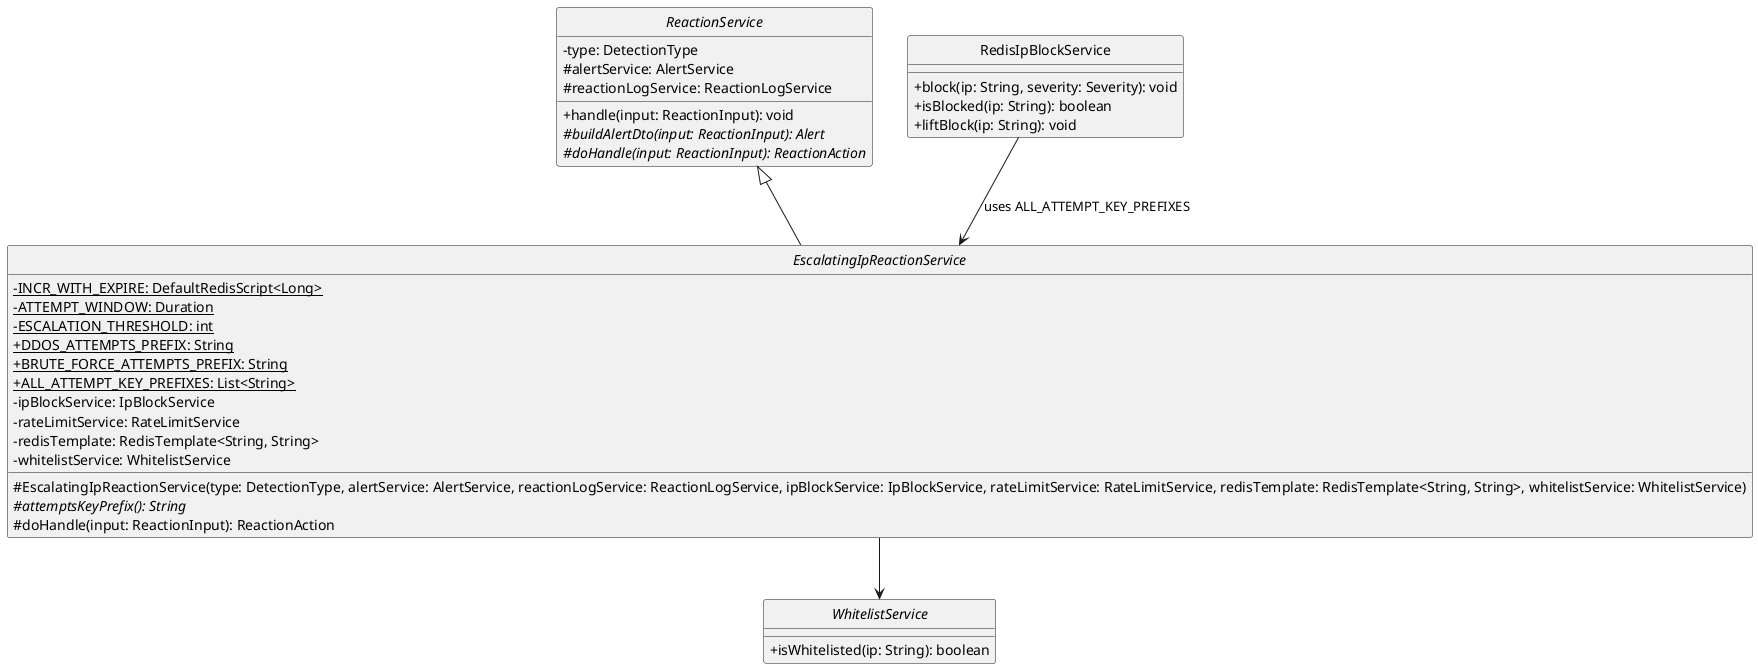
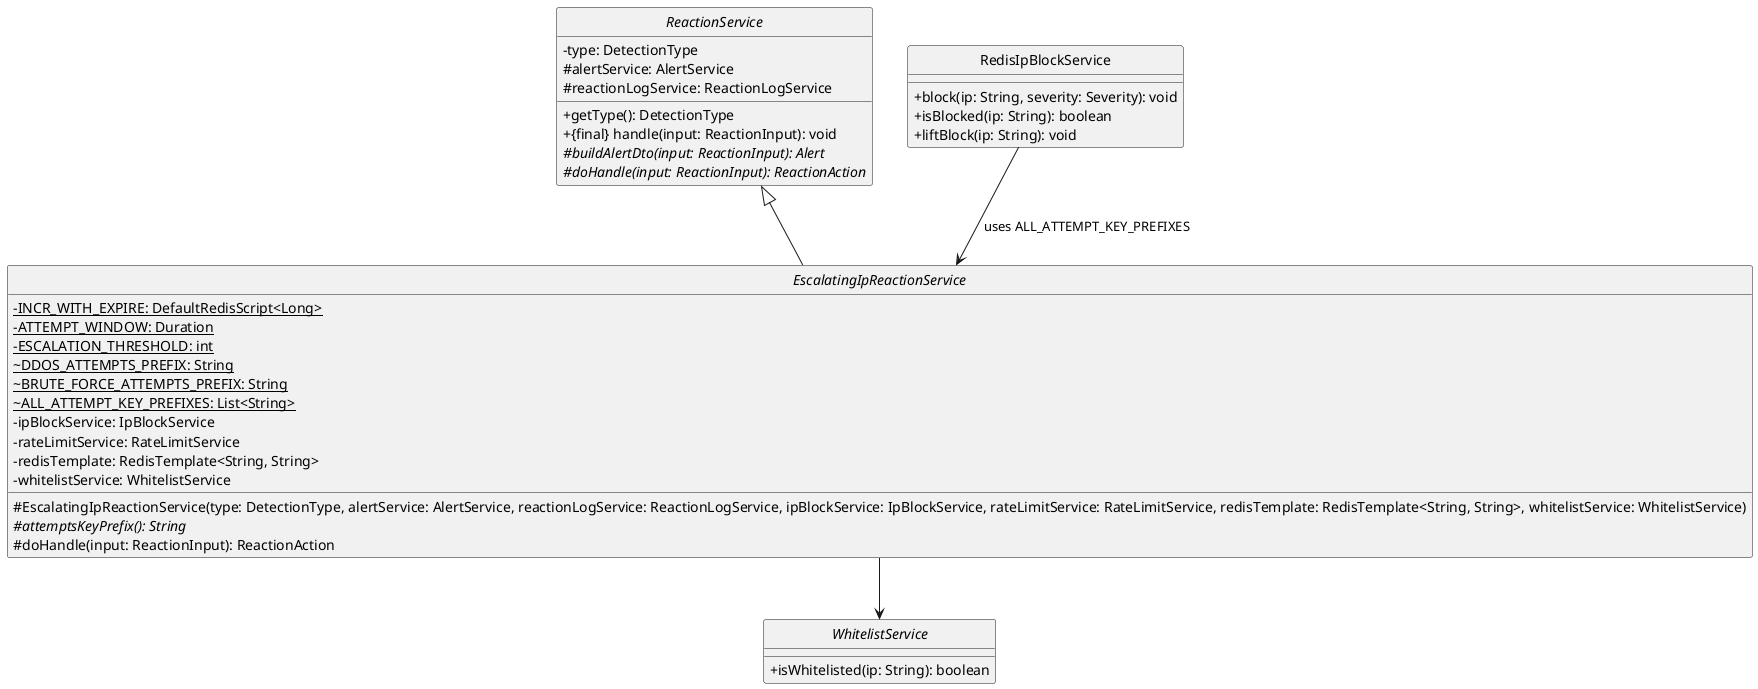
@startuml class-reaction-escalation
hide circle
skinparam classAttributeIconSize 0

abstract class ReactionService {
    - type: DetectionType
    # alertService: AlertService
    # reactionLogService: ReactionLogService

-     + handle(input: ReactionInput): void
+     + getType(): DetectionType
+     + {final} handle(input: ReactionInput): void
    # {abstract} buildAlertDto(input: ReactionInput): Alert
    # {abstract} doHandle(input: ReactionInput): ReactionAction
}

abstract class EscalatingIpReactionService {
    - {static} INCR_WITH_EXPIRE: DefaultRedisScript<Long>
    - {static} ATTEMPT_WINDOW: Duration
    - {static} ESCALATION_THRESHOLD: int
-     + {static} DDOS_ATTEMPTS_PREFIX: String
-     + {static} BRUTE_FORCE_ATTEMPTS_PREFIX: String
-     + {static} ALL_ATTEMPT_KEY_PREFIXES: List<String>
+     ~ {static} DDOS_ATTEMPTS_PREFIX: String
+     ~ {static} BRUTE_FORCE_ATTEMPTS_PREFIX: String
+     ~ {static} ALL_ATTEMPT_KEY_PREFIXES: List<String>
    - ipBlockService: IpBlockService
    - rateLimitService: RateLimitService
    - redisTemplate: RedisTemplate<String, String>
    - whitelistService: WhitelistService

    # EscalatingIpReactionService(type: DetectionType, alertService: AlertService, reactionLogService: ReactionLogService, ipBlockService: IpBlockService, rateLimitService: RateLimitService, redisTemplate: RedisTemplate<String, String>, whitelistService: WhitelistService)
    # {abstract} attemptsKeyPrefix(): String
    # doHandle(input: ReactionInput): ReactionAction
}

interface WhitelistService {
    + isWhitelisted(ip: String): boolean
}

class RedisIpBlockService {
    + block(ip: String, severity: Severity): void
    + isBlocked(ip: String): boolean
    + liftBlock(ip: String): void
}

ReactionService <|-- EscalatingIpReactionService
EscalatingIpReactionService --> WhitelistService
RedisIpBlockService --> EscalatingIpReactionService : uses ALL_ATTEMPT_KEY_PREFIXES

' Explanations:
' INCR_WITH_EXPIRE: Static Redis Lua script to increment attempts and set an expiration window atomically on the first count.
' ATTEMPT_WINDOW: Time window (10 minutes) during which malicious activity triggers escalation blocks.
' ESCALATION_THRESHOLD: Maximum attempts allowed (3) before escalating a rate-limit action to an IP block.
' DDOS_ATTEMPTS_PREFIX / BRUTE_FORCE_ATTEMPTS_PREFIX: Single source of truth for each subclass's Redis key prefix, returned by their attemptsKeyPrefix() overrides.
' ALL_ATTEMPT_KEY_PREFIXES: Both prefixes together, consumed by RedisIpBlockService.liftBlock() to clear every subclass's escalation counter without depending on the subclasses directly.
' ipBlockService / rateLimitService: Concrete action executors interacting with Redis IP tables.
' whitelistService: Checked first via HTTP call to the simulation service; a hit short-circuits straight to WHITELISTED, skipping the attempt counter.
' attemptsKeyPrefix(): Abstract method subclass hooks (e.g. brute:attempts: or ddos:attempts:) to namespaces.
' doHandle(): Checks the whitelist, then implements the stateful counter logic and executes firewalls/rate-limit blocks based on thresholds.
' liftBlock(ip): Removes the block metadata key and set membership, and also clears the IP's escalation-attempt counters (ddos:attempts:, brute:attempts:) so a lifted IP doesn't immediately re-escalate.

@enduml
